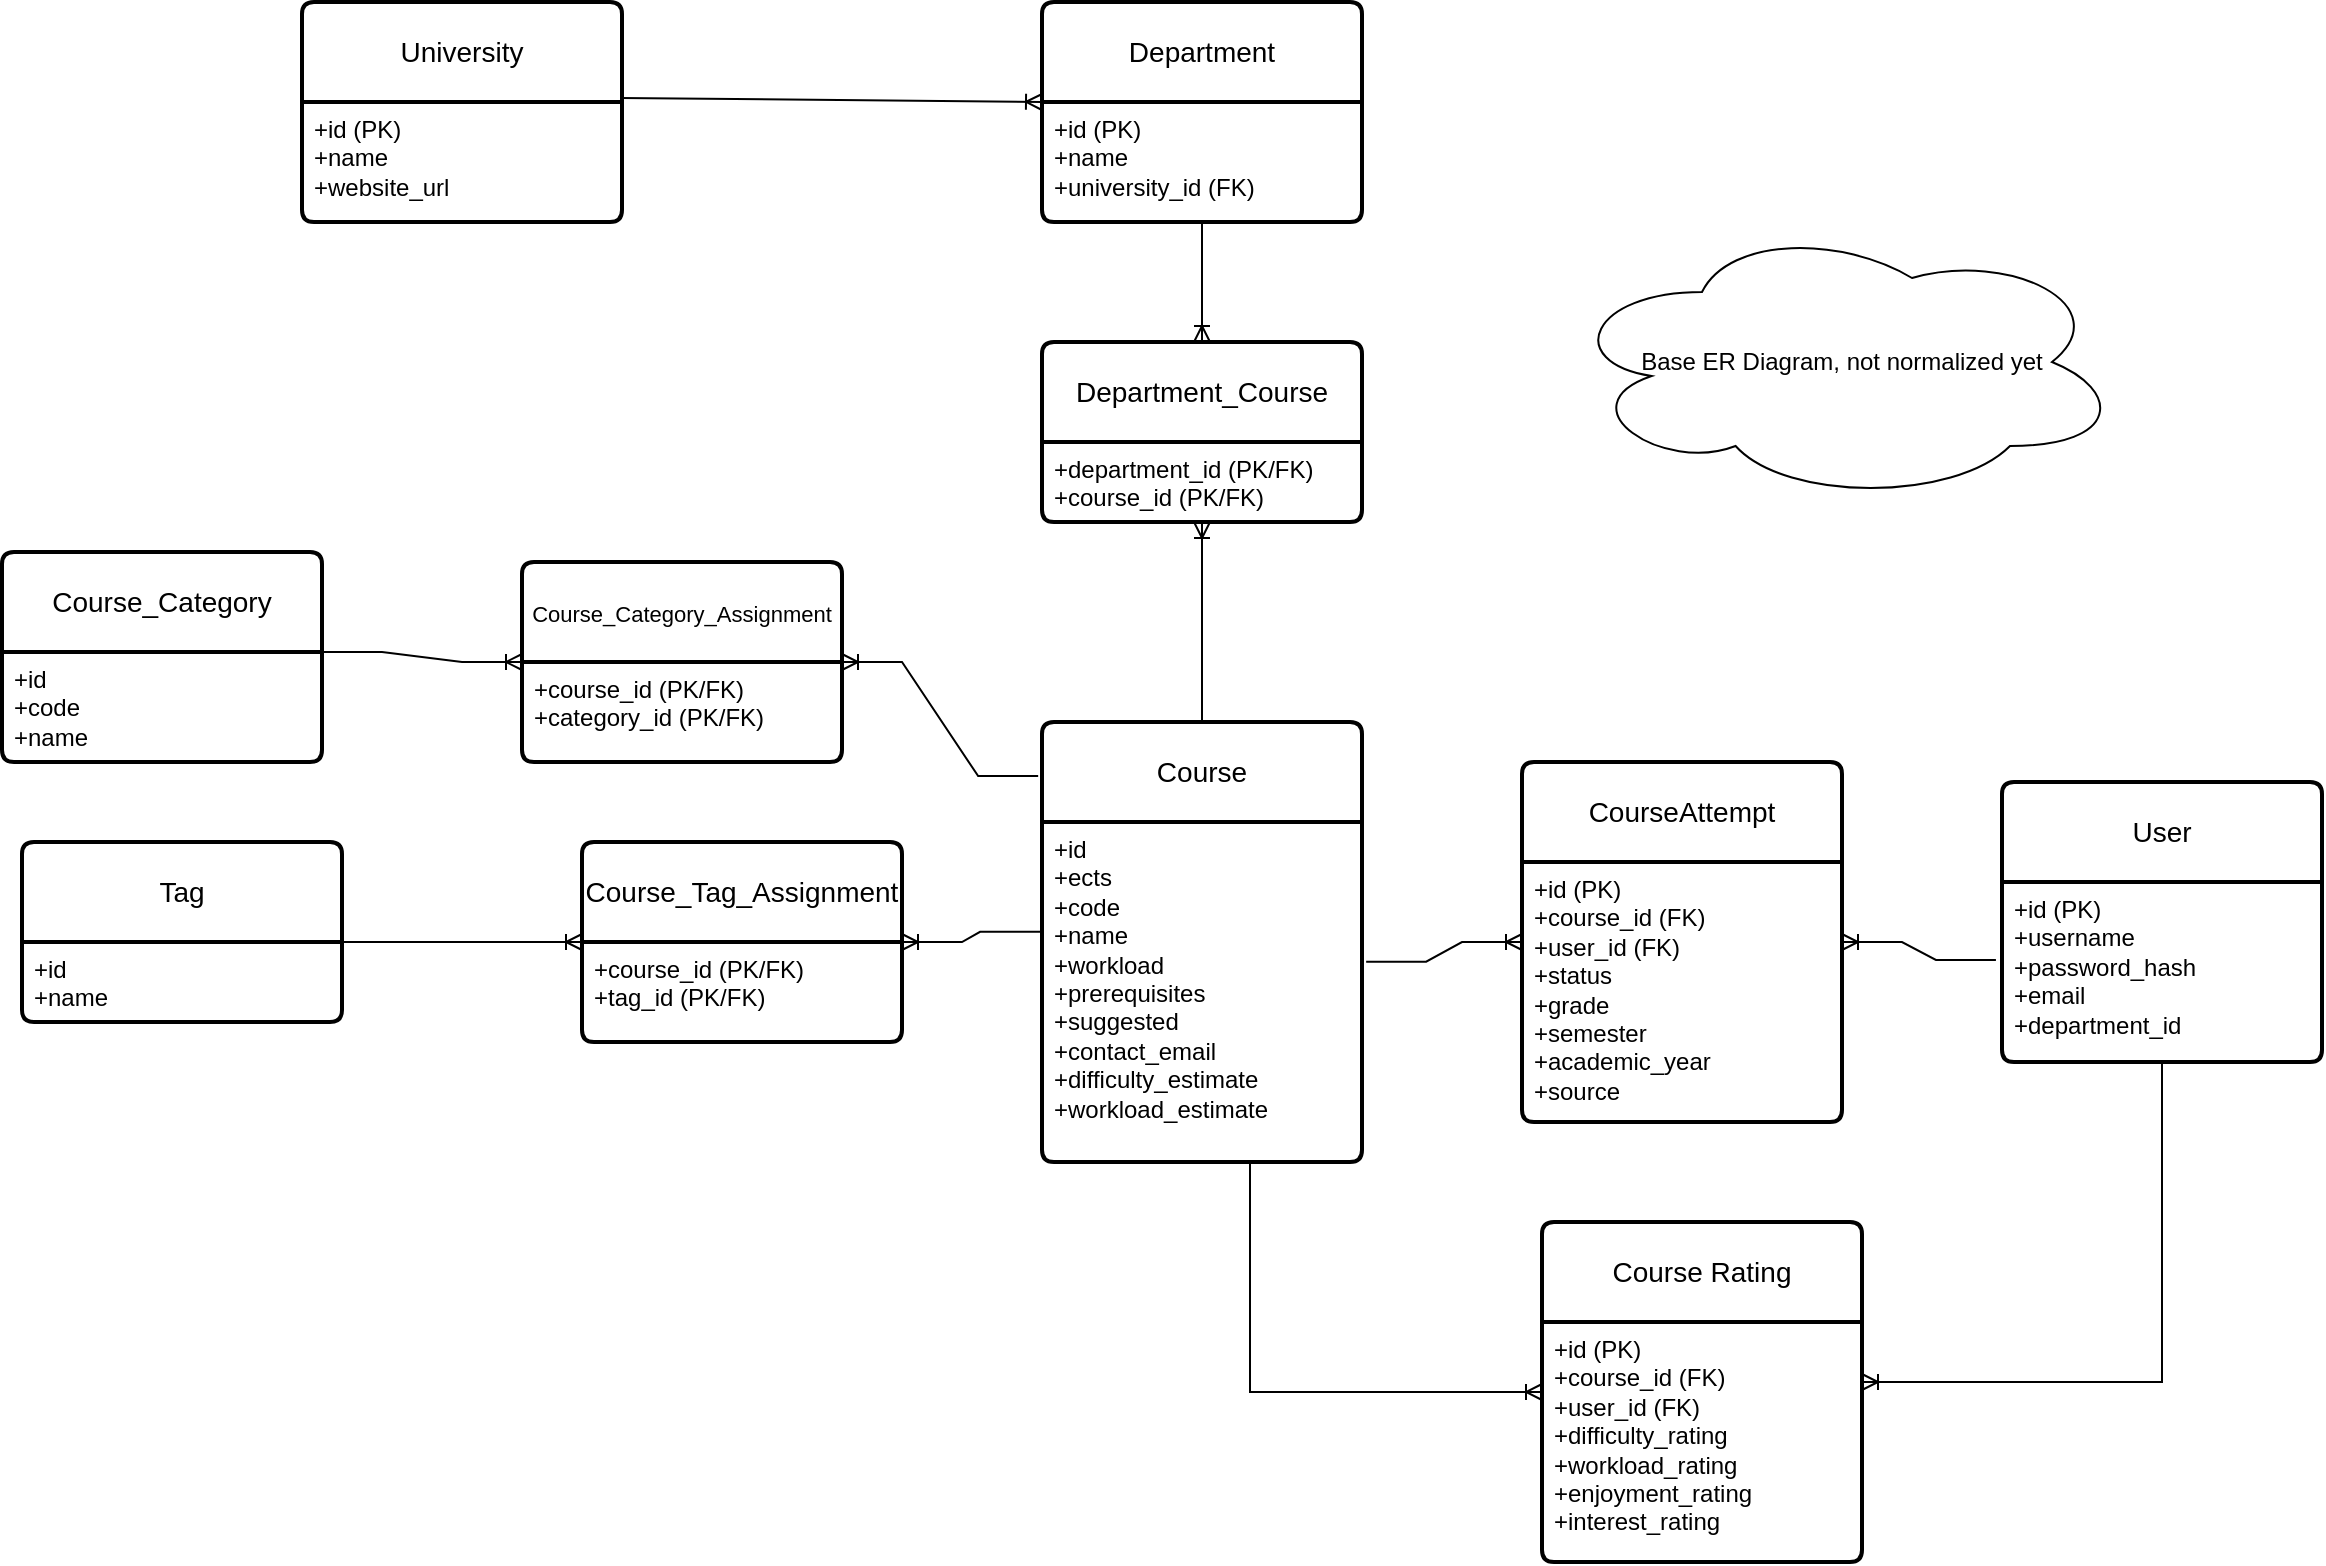
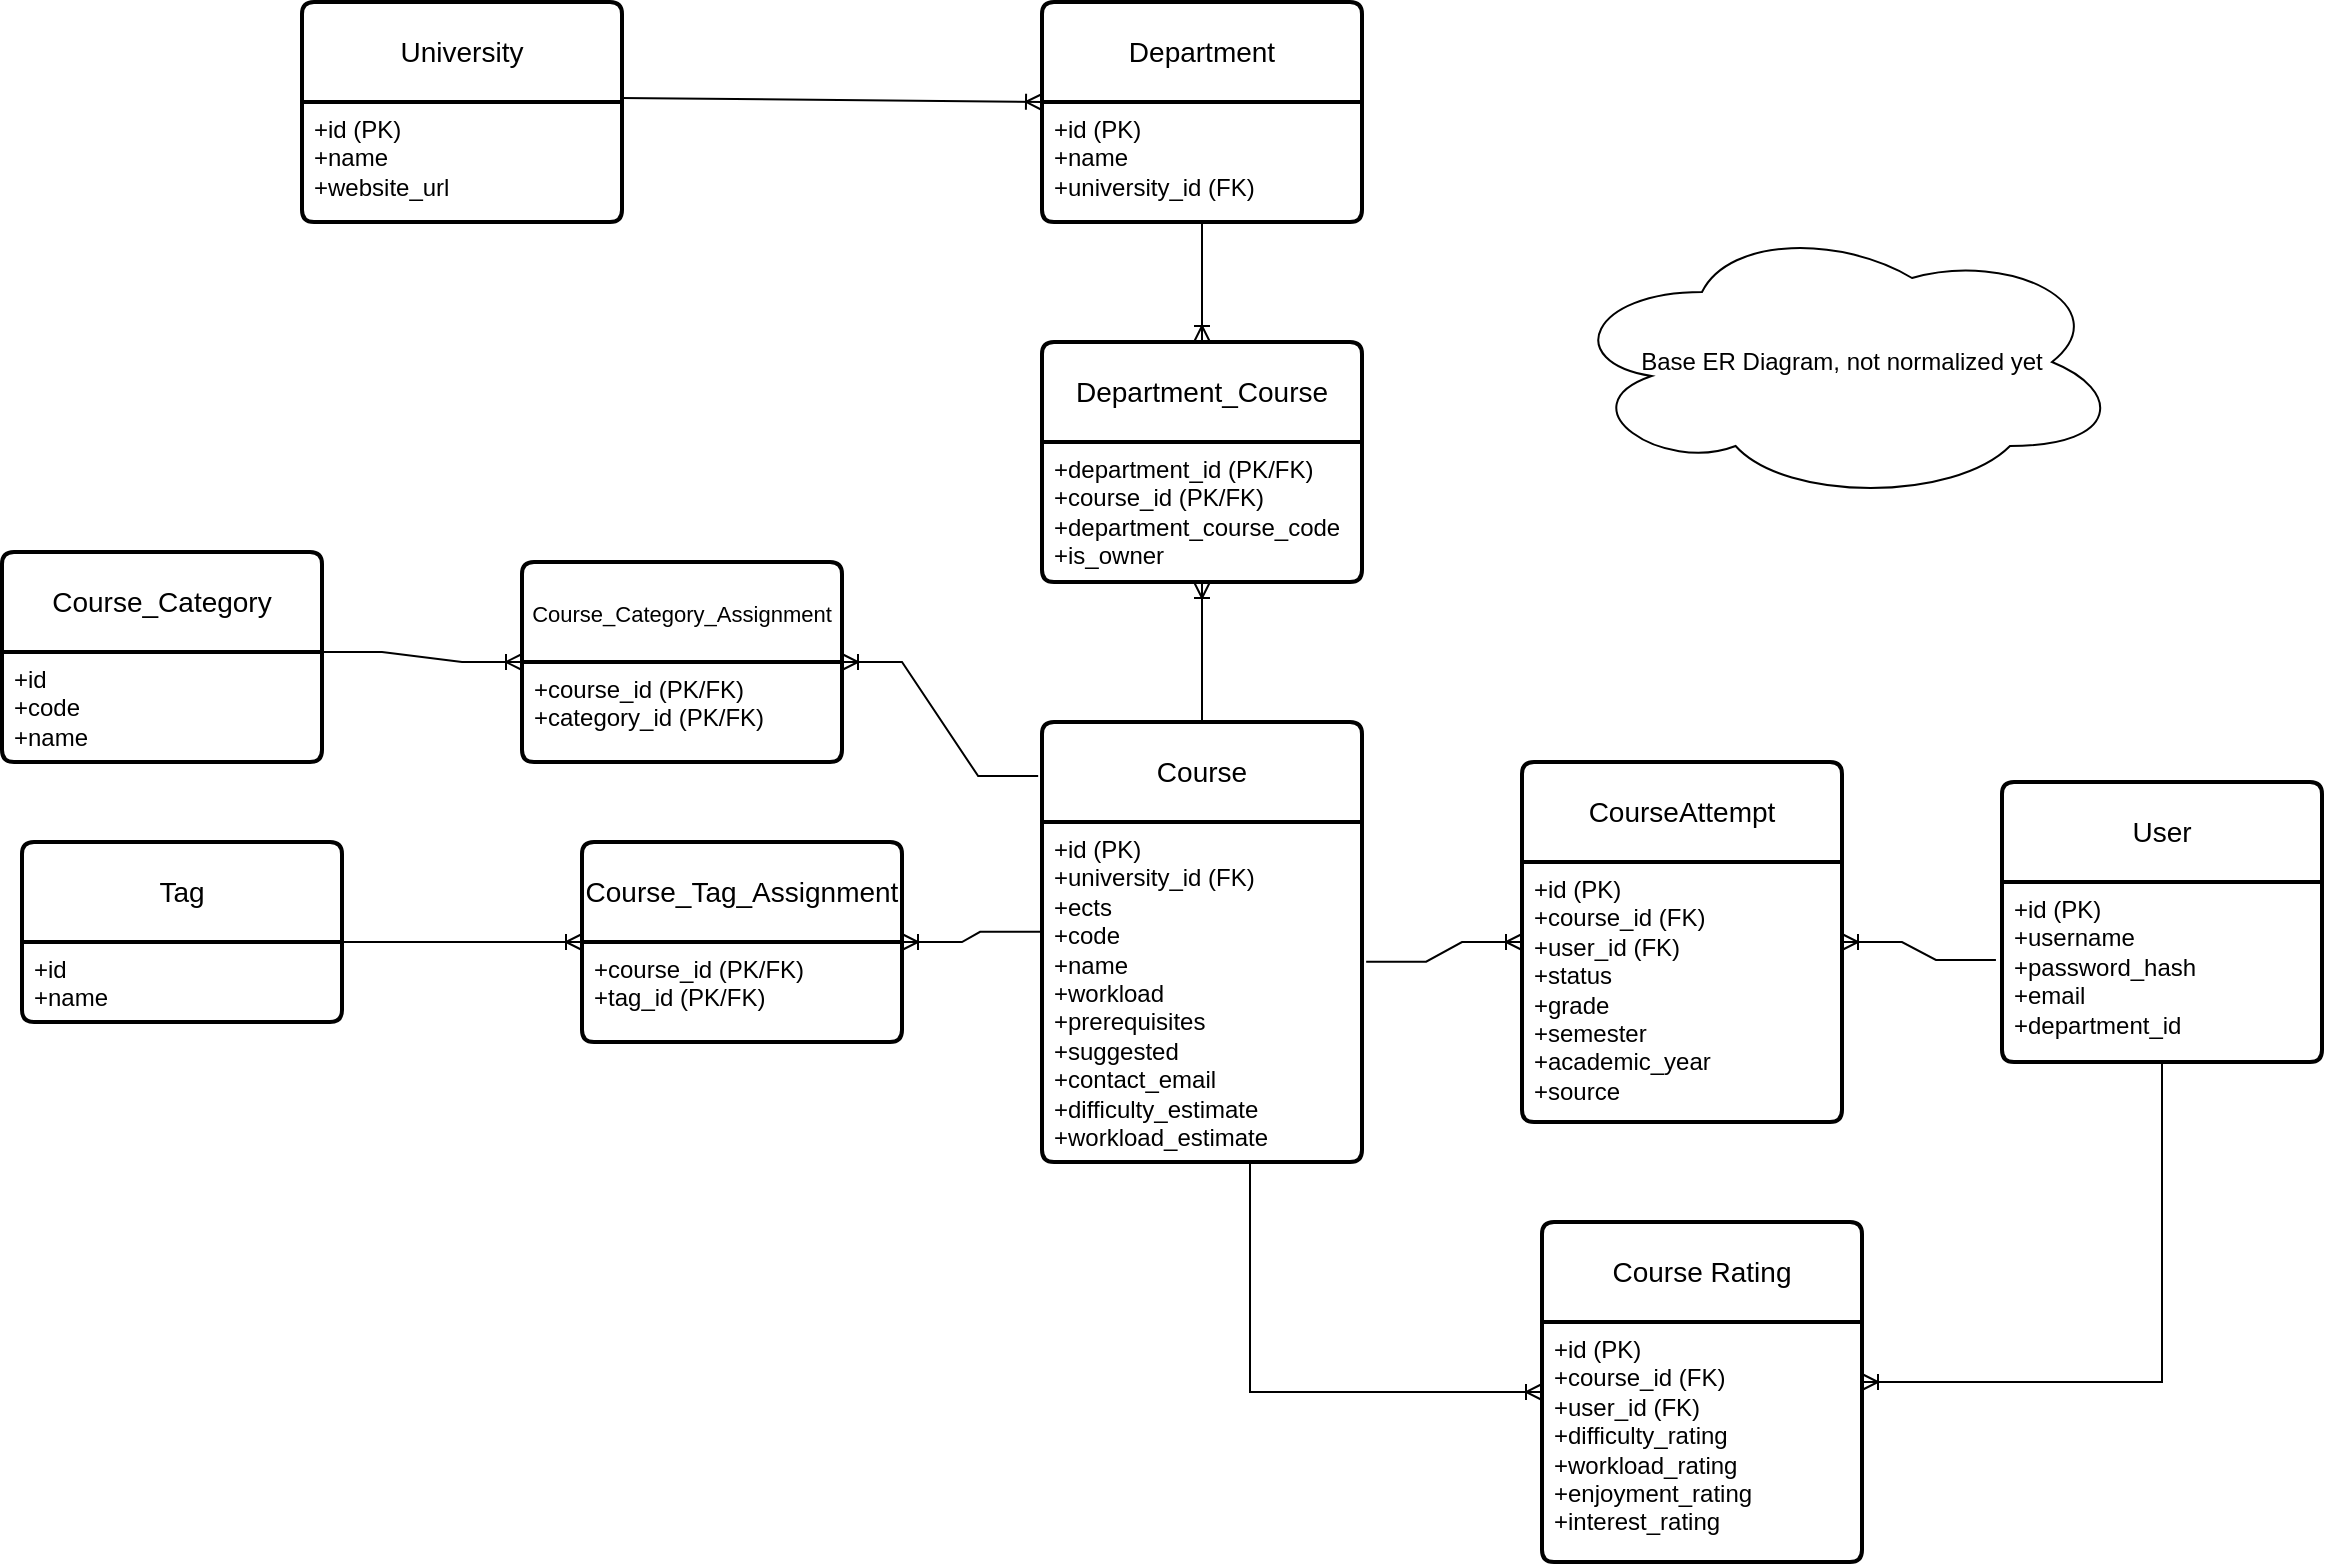
<mxfile host="Electron" agent="5.0 (Windows NT 10.0; Win64; x64) AppleWebKit/537.36 (KHTML, like Gecko) Chrome/90.0.4430.212 Safari/537.36">
  <diagram name="Page-1" id="9f46799a-70d6-7492-0946-bef42562c5a5">
-     <mxGraphModel dx="1276" dy="1658" grid="1" gridSize="10" guides="1" tooltips="1" connect="1" arrows="1" fold="1" page="1" pageScale="1" pageWidth="1100" pageHeight="850" background="none" math="0" shadow="0">
+     <mxGraphModel dx="1276" dy="1786" grid="1" gridSize="10" guides="1" tooltips="1" connect="1" arrows="1" fold="1" page="1" pageScale="1" pageWidth="1100" pageHeight="850" background="none" math="0" shadow="0">
      <root>
        <mxCell id="0" />
        <mxCell id="1" parent="0" />
        <mxCell id="MfBtu3gmphk7rpzaGqzh-1" parent="1" style="swimlane;childLayout=stackLayout;horizontal=1;startSize=50;horizontalStack=0;rounded=1;fontSize=14;fontStyle=0;strokeWidth=2;resizeParent=0;resizeLast=1;shadow=0;dashed=0;align=center;arcSize=4;whiteSpace=wrap;html=1;" value="Course" vertex="1">
          <mxGeometry height="220" width="160" x="550" y="100" as="geometry">
            <mxRectangle height="50" width="80" x="200" y="480" as="alternateBounds" />
          </mxGeometry>
        </mxCell>
-         <mxCell id="MfBtu3gmphk7rpzaGqzh-2" parent="MfBtu3gmphk7rpzaGqzh-1" style="align=left;strokeColor=none;fillColor=none;spacingLeft=4;spacingRight=4;fontSize=12;verticalAlign=top;resizable=0;rotatable=0;part=1;html=1;whiteSpace=wrap;" value="+id&lt;div&gt;&lt;div&gt;+ects&lt;/div&gt;&lt;div&gt;+code&lt;/div&gt;&lt;div&gt;+name&lt;/div&gt;&lt;div&gt;+workload&lt;/div&gt;&lt;div&gt;+prerequisites&lt;br&gt;+suggested&lt;/div&gt;&lt;div&gt;&lt;span style=&quot;background-color: transparent; color: light-dark(rgb(0, 0, 0), rgb(255, 255, 255));&quot;&gt;+contact_email&lt;/span&gt;&lt;/div&gt;&lt;/div&gt;&lt;div&gt;+difficulty_estimate&lt;/div&gt;&lt;div&gt;+workload_estimate&lt;/div&gt;" vertex="1">
+         <mxCell id="MfBtu3gmphk7rpzaGqzh-2" parent="MfBtu3gmphk7rpzaGqzh-1" style="align=left;strokeColor=none;fillColor=none;spacingLeft=4;spacingRight=4;fontSize=12;verticalAlign=top;resizable=0;rotatable=0;part=1;html=1;whiteSpace=wrap;" value="+id (PK)&lt;div&gt;+university_id (FK)&lt;br&gt;&lt;div&gt;&lt;div&gt;+ects&lt;/div&gt;&lt;div&gt;+code&lt;/div&gt;&lt;div&gt;+name&lt;/div&gt;&lt;div&gt;+workload&lt;/div&gt;&lt;div&gt;+prerequisites&lt;br&gt;+suggested&lt;/div&gt;&lt;div&gt;&lt;span style=&quot;background-color: transparent; color: light-dark(rgb(0, 0, 0), rgb(255, 255, 255));&quot;&gt;+contact_email&lt;/span&gt;&lt;/div&gt;&lt;/div&gt;&lt;div&gt;+difficulty_estimate&lt;/div&gt;&lt;div&gt;+workload_estimate&lt;/div&gt;&lt;/div&gt;" vertex="1">
          <mxGeometry height="170" width="160" y="50" as="geometry" />
        </mxCell>
        <mxCell id="MfBtu3gmphk7rpzaGqzh-3" parent="1" style="swimlane;childLayout=stackLayout;horizontal=1;startSize=50;horizontalStack=0;rounded=1;fontSize=14;fontStyle=0;strokeWidth=2;resizeParent=0;resizeLast=1;shadow=0;dashed=0;align=center;arcSize=4;whiteSpace=wrap;html=1;" value="User" vertex="1">
          <mxGeometry height="140" width="160" x="1030" y="130" as="geometry">
            <mxRectangle height="50" width="80" x="200" y="480" as="alternateBounds" />
          </mxGeometry>
        </mxCell>
        <mxCell id="MfBtu3gmphk7rpzaGqzh-4" parent="MfBtu3gmphk7rpzaGqzh-3" style="align=left;strokeColor=none;fillColor=none;spacingLeft=4;spacingRight=4;fontSize=12;verticalAlign=top;resizable=0;rotatable=0;part=1;html=1;whiteSpace=wrap;" value="+id (PK)&lt;div&gt;+username&lt;/div&gt;&lt;div&gt;+password_hash&lt;/div&gt;&lt;div&gt;+email&lt;/div&gt;&lt;div&gt;+department_id&lt;/div&gt;" vertex="1">
          <mxGeometry height="90" width="160" y="50" as="geometry" />
        </mxCell>
        <mxCell id="MfBtu3gmphk7rpzaGqzh-9" parent="1" style="swimlane;childLayout=stackLayout;horizontal=1;startSize=50;horizontalStack=0;rounded=1;fontSize=14;fontStyle=0;strokeWidth=2;resizeParent=0;resizeLast=1;shadow=0;dashed=0;align=center;arcSize=4;whiteSpace=wrap;html=1;" value="Tag" vertex="1">
          <mxGeometry height="90" width="160" x="40" y="160" as="geometry">
            <mxRectangle height="50" width="80" x="200" y="480" as="alternateBounds" />
          </mxGeometry>
        </mxCell>
        <mxCell id="MfBtu3gmphk7rpzaGqzh-10" parent="MfBtu3gmphk7rpzaGqzh-9" style="align=left;strokeColor=none;fillColor=none;spacingLeft=4;spacingRight=4;fontSize=12;verticalAlign=top;resizable=0;rotatable=0;part=1;html=1;whiteSpace=wrap;" value="+id&lt;div&gt;+name&lt;/div&gt;" vertex="1">
          <mxGeometry height="40" width="160" y="50" as="geometry" />
        </mxCell>
        <mxCell id="MfBtu3gmphk7rpzaGqzh-13" parent="1" style="swimlane;childLayout=stackLayout;horizontal=1;startSize=50;horizontalStack=0;rounded=1;fontSize=14;fontStyle=0;strokeWidth=2;resizeParent=0;resizeLast=1;shadow=0;dashed=0;align=center;arcSize=4;whiteSpace=wrap;html=1;" value="Course_Tag_Assignment" vertex="1">
          <mxGeometry height="100" width="160" x="320" y="160" as="geometry">
            <mxRectangle height="50" width="80" x="200" y="480" as="alternateBounds" />
          </mxGeometry>
        </mxCell>
        <mxCell id="MfBtu3gmphk7rpzaGqzh-14" parent="MfBtu3gmphk7rpzaGqzh-13" style="align=left;strokeColor=none;fillColor=none;spacingLeft=4;spacingRight=4;fontSize=12;verticalAlign=top;resizable=0;rotatable=0;part=1;html=1;whiteSpace=wrap;" value="+course_id (PK/FK)&lt;div&gt;+tag_id (PK/FK)&lt;/div&gt;" vertex="1">
          <mxGeometry height="50" width="160" y="50" as="geometry" />
        </mxCell>
        <mxCell id="MfBtu3gmphk7rpzaGqzh-17" edge="1" parent="1" source="MfBtu3gmphk7rpzaGqzh-10" style="edgeStyle=entityRelationEdgeStyle;fontSize=12;html=1;endArrow=ERoneToMany;rounded=0;exitX=1;exitY=0;exitDx=0;exitDy=0;entryX=0;entryY=0.5;entryDx=0;entryDy=0;" target="MfBtu3gmphk7rpzaGqzh-13" value="">
          <mxGeometry height="100" relative="1" width="100" as="geometry">
            <mxPoint x="330" y="270" as="sourcePoint" />
            <mxPoint x="430" y="170" as="targetPoint" />
          </mxGeometry>
        </mxCell>
        <mxCell id="MfBtu3gmphk7rpzaGqzh-19" edge="1" parent="1" source="MfBtu3gmphk7rpzaGqzh-2" style="edgeStyle=entityRelationEdgeStyle;fontSize=12;html=1;endArrow=ERoneToMany;rounded=0;entryX=1;entryY=0;entryDx=0;entryDy=0;exitX=-0.006;exitY=0.323;exitDx=0;exitDy=0;exitPerimeter=0;" target="MfBtu3gmphk7rpzaGqzh-14" value="">
          <mxGeometry height="100" relative="1" width="100" as="geometry">
            <mxPoint x="330" y="270" as="sourcePoint" />
            <mxPoint x="430" y="170" as="targetPoint" />
          </mxGeometry>
        </mxCell>
        <mxCell id="MfBtu3gmphk7rpzaGqzh-21" parent="1" style="ellipse;shape=cloud;whiteSpace=wrap;html=1;" value="Base ER Diagram, not normalized yet" vertex="1">
          <mxGeometry height="140" width="280" x="810" y="-150" as="geometry" />
        </mxCell>
        <mxCell id="MfBtu3gmphk7rpzaGqzh-24" parent="1" style="swimlane;childLayout=stackLayout;horizontal=1;startSize=50;horizontalStack=0;rounded=1;fontSize=14;fontStyle=0;strokeWidth=2;resizeParent=0;resizeLast=1;shadow=0;dashed=0;align=center;arcSize=4;whiteSpace=wrap;html=1;" value="&lt;p class=&quot;p1&quot;&gt;CourseAttempt&lt;/p&gt;" vertex="1">
          <mxGeometry height="180" width="160" x="790" y="120" as="geometry">
            <mxRectangle height="50" width="80" x="200" y="480" as="alternateBounds" />
          </mxGeometry>
        </mxCell>
        <mxCell id="MfBtu3gmphk7rpzaGqzh-25" parent="MfBtu3gmphk7rpzaGqzh-24" style="align=left;strokeColor=none;fillColor=none;spacingLeft=4;spacingRight=4;fontSize=12;verticalAlign=top;resizable=0;rotatable=0;part=1;html=1;whiteSpace=wrap;" value="&lt;div&gt;+id (PK)&lt;/div&gt;+course_id (FK)&lt;div&gt;+user_id (FK)&lt;/div&gt;&lt;div&gt;+status&lt;/div&gt;&lt;div&gt;+grade&lt;/div&gt;&lt;div&gt;+semester&lt;/div&gt;&lt;div&gt;+academic_year&lt;/div&gt;&lt;div&gt;+source&lt;/div&gt;" vertex="1">
          <mxGeometry height="130" width="160" y="50" as="geometry" />
        </mxCell>
        <mxCell id="MfBtu3gmphk7rpzaGqzh-26" edge="1" parent="1" source="MfBtu3gmphk7rpzaGqzh-4" style="edgeStyle=entityRelationEdgeStyle;fontSize=12;html=1;endArrow=ERoneToMany;rounded=0;exitX=-0.019;exitY=0.433;exitDx=0;exitDy=0;entryX=1;entryY=0.5;entryDx=0;entryDy=0;exitPerimeter=0;" target="MfBtu3gmphk7rpzaGqzh-24" value="">
          <mxGeometry height="100" relative="1" width="100" as="geometry">
            <mxPoint x="920" y="310" as="sourcePoint" />
            <mxPoint x="1040" y="310" as="targetPoint" />
          </mxGeometry>
        </mxCell>
        <mxCell id="MfBtu3gmphk7rpzaGqzh-27" edge="1" parent="1" source="MfBtu3gmphk7rpzaGqzh-2" style="edgeStyle=entityRelationEdgeStyle;fontSize=12;html=1;endArrow=ERoneToMany;rounded=0;exitX=1.013;exitY=0.411;exitDx=0;exitDy=0;exitPerimeter=0;entryX=0;entryY=0.5;entryDx=0;entryDy=0;" target="MfBtu3gmphk7rpzaGqzh-24" value="">
          <mxGeometry height="100" relative="1" width="100" as="geometry">
            <mxPoint x="887" y="330" as="sourcePoint" />
            <mxPoint x="780" y="271" as="targetPoint" />
          </mxGeometry>
        </mxCell>
        <mxCell id="MfBtu3gmphk7rpzaGqzh-28" parent="1" style="swimlane;childLayout=stackLayout;horizontal=1;startSize=50;horizontalStack=0;rounded=1;fontSize=14;fontStyle=0;strokeWidth=2;resizeParent=0;resizeLast=1;shadow=0;dashed=0;align=center;arcSize=4;whiteSpace=wrap;html=1;" value="&lt;p class=&quot;p1&quot;&gt;Course Rating&lt;/p&gt;" vertex="1">
          <mxGeometry height="170" width="160" x="800" y="350" as="geometry">
            <mxRectangle height="50" width="80" x="200" y="480" as="alternateBounds" />
          </mxGeometry>
        </mxCell>
        <mxCell id="MfBtu3gmphk7rpzaGqzh-29" parent="MfBtu3gmphk7rpzaGqzh-28" style="align=left;strokeColor=none;fillColor=none;spacingLeft=4;spacingRight=4;fontSize=12;verticalAlign=top;resizable=0;rotatable=0;part=1;html=1;whiteSpace=wrap;" value="&lt;div&gt;+id (PK)&lt;/div&gt;+course_id (FK)&lt;div&gt;+user_id (FK)&lt;/div&gt;&lt;div&gt;+difficulty_rating&lt;/div&gt;&lt;div&gt;+workload_rating&lt;/div&gt;&lt;div&gt;+enjoyment_rating&lt;/div&gt;&lt;div&gt;+interest_rating&lt;/div&gt;" vertex="1">
          <mxGeometry height="120" width="160" y="50" as="geometry" />
        </mxCell>
        <mxCell id="MfBtu3gmphk7rpzaGqzh-30" edge="1" parent="1" source="MfBtu3gmphk7rpzaGqzh-2" style="fontSize=12;html=1;endArrow=ERoneToMany;rounded=0;exitX=0.65;exitY=1.005;exitDx=0;exitDy=0;exitPerimeter=0;entryX=0;entryY=0.5;entryDx=0;entryDy=0;edgeStyle=orthogonalEdgeStyle;" target="MfBtu3gmphk7rpzaGqzh-28" value="">
          <mxGeometry height="100" relative="1" width="100" as="geometry">
            <mxPoint x="610" y="400" as="sourcePoint" />
            <mxPoint x="678" y="402" as="targetPoint" />
          </mxGeometry>
        </mxCell>
        <mxCell id="MfBtu3gmphk7rpzaGqzh-31" edge="1" parent="1" source="MfBtu3gmphk7rpzaGqzh-4" style="edgeStyle=orthogonalEdgeStyle;fontSize=12;html=1;endArrow=ERoneToMany;rounded=0;exitX=0.5;exitY=1;exitDx=0;exitDy=0;entryX=1;entryY=0.25;entryDx=0;entryDy=0;" target="MfBtu3gmphk7rpzaGqzh-29" value="">
          <mxGeometry height="100" relative="1" width="100" as="geometry">
            <mxPoint x="1117" y="390" as="sourcePoint" />
            <mxPoint x="1010" y="391" as="targetPoint" />
          </mxGeometry>
        </mxCell>
        <mxCell id="MfBtu3gmphk7rpzaGqzh-32" parent="1" style="swimlane;childLayout=stackLayout;horizontal=1;startSize=50;horizontalStack=0;rounded=1;fontSize=14;fontStyle=0;strokeWidth=2;resizeParent=0;resizeLast=1;shadow=0;dashed=0;align=center;arcSize=4;whiteSpace=wrap;html=1;" value="Department" vertex="1">
          <mxGeometry height="110" width="160" x="550" y="-260" as="geometry">
            <mxRectangle height="50" width="80" x="200" y="480" as="alternateBounds" />
          </mxGeometry>
        </mxCell>
        <mxCell id="MfBtu3gmphk7rpzaGqzh-33" parent="MfBtu3gmphk7rpzaGqzh-32" style="align=left;strokeColor=none;fillColor=none;spacingLeft=4;spacingRight=4;fontSize=12;verticalAlign=top;resizable=0;rotatable=0;part=1;html=1;whiteSpace=wrap;" value="+id (PK)&lt;div&gt;+name&lt;/div&gt;&lt;div&gt;+university_id (FK)&lt;/div&gt;" vertex="1">
          <mxGeometry height="60" width="160" y="50" as="geometry" />
        </mxCell>
        <mxCell id="MfBtu3gmphk7rpzaGqzh-34" parent="1" style="swimlane;childLayout=stackLayout;horizontal=1;startSize=50;horizontalStack=0;rounded=1;fontSize=14;fontStyle=0;strokeWidth=2;resizeParent=0;resizeLast=1;shadow=0;dashed=0;align=center;arcSize=4;whiteSpace=wrap;html=1;" value="Department_Course" vertex="1">
-           <mxGeometry height="90" width="160" x="550" y="-90" as="geometry">
+           <mxGeometry height="120" width="160" x="550" y="-90" as="geometry">
            <mxRectangle height="50" width="80" x="200" y="480" as="alternateBounds" />
          </mxGeometry>
        </mxCell>
-         <mxCell id="MfBtu3gmphk7rpzaGqzh-35" parent="MfBtu3gmphk7rpzaGqzh-34" style="align=left;strokeColor=none;fillColor=none;spacingLeft=4;spacingRight=4;fontSize=12;verticalAlign=top;resizable=0;rotatable=0;part=1;html=1;whiteSpace=wrap;" value="&lt;div&gt;+department_id (PK/FK)&lt;/div&gt;&lt;div&gt;+course_id (PK/FK)&lt;/div&gt;" vertex="1">
-           <mxGeometry height="40" width="160" y="50" as="geometry" />
+         <mxCell id="MfBtu3gmphk7rpzaGqzh-35" parent="MfBtu3gmphk7rpzaGqzh-34" style="align=left;strokeColor=none;fillColor=none;spacingLeft=4;spacingRight=4;fontSize=12;verticalAlign=top;resizable=0;rotatable=0;part=1;html=1;whiteSpace=wrap;" value="&lt;div&gt;+department_id (PK/FK)&lt;/div&gt;&lt;div&gt;+course_id (PK/FK)&lt;/div&gt;&lt;div&gt;+department_course_code&lt;/div&gt;&lt;div&gt;+is_owner&lt;/div&gt;" vertex="1">
+           <mxGeometry height="70" width="160" y="50" as="geometry" />
        </mxCell>
        <mxCell id="MfBtu3gmphk7rpzaGqzh-36" edge="1" parent="1" source="MfBtu3gmphk7rpzaGqzh-33" style="fontSize=12;html=1;endArrow=ERoneToMany;rounded=0;entryX=0.5;entryY=0;entryDx=0;entryDy=0;exitX=0.5;exitY=1;exitDx=0;exitDy=0;" target="MfBtu3gmphk7rpzaGqzh-34" value="">
          <mxGeometry height="100" relative="1" width="100" as="geometry">
            <mxPoint x="509" y="-79" as="sourcePoint" />
            <mxPoint x="440" y="-80" as="targetPoint" />
          </mxGeometry>
        </mxCell>
        <mxCell id="MfBtu3gmphk7rpzaGqzh-37" edge="1" parent="1" source="MfBtu3gmphk7rpzaGqzh-1" style="fontSize=12;html=1;endArrow=ERoneToMany;rounded=0;entryX=0.5;entryY=1;entryDx=0;entryDy=0;exitX=0.5;exitY=0;exitDx=0;exitDy=0;" target="MfBtu3gmphk7rpzaGqzh-35" value="">
          <mxGeometry height="100" relative="1" width="100" as="geometry">
            <mxPoint x="470" y="20" as="sourcePoint" />
            <mxPoint x="470" y="80" as="targetPoint" />
          </mxGeometry>
        </mxCell>
        <mxCell id="MfBtu3gmphk7rpzaGqzh-38" parent="1" style="swimlane;childLayout=stackLayout;horizontal=1;startSize=50;horizontalStack=0;rounded=1;fontSize=14;fontStyle=0;strokeWidth=2;resizeParent=0;resizeLast=1;shadow=0;dashed=0;align=center;arcSize=4;whiteSpace=wrap;html=1;" value="University" vertex="1">
          <mxGeometry height="110" width="160" x="180" y="-260" as="geometry">
            <mxRectangle height="50" width="80" x="200" y="480" as="alternateBounds" />
          </mxGeometry>
        </mxCell>
        <mxCell id="MfBtu3gmphk7rpzaGqzh-39" parent="MfBtu3gmphk7rpzaGqzh-38" style="align=left;strokeColor=none;fillColor=none;spacingLeft=4;spacingRight=4;fontSize=12;verticalAlign=top;resizable=0;rotatable=0;part=1;html=1;whiteSpace=wrap;" value="+id (PK)&lt;div&gt;+name&lt;/div&gt;&lt;div&gt;+website_url&lt;/div&gt;" vertex="1">
          <mxGeometry height="60" width="160" y="50" as="geometry" />
        </mxCell>
        <mxCell id="MfBtu3gmphk7rpzaGqzh-41" edge="1" parent="1" source="MfBtu3gmphk7rpzaGqzh-38" style="fontSize=12;html=1;endArrow=ERoneToMany;rounded=0;entryX=0;entryY=0;entryDx=0;entryDy=0;exitX=0.994;exitY=0.436;exitDx=0;exitDy=0;exitPerimeter=0;" target="MfBtu3gmphk7rpzaGqzh-33" value="">
          <mxGeometry height="100" relative="1" width="100" as="geometry">
            <mxPoint x="420" y="-300" as="sourcePoint" />
            <mxPoint x="420" y="-240" as="targetPoint" />
          </mxGeometry>
        </mxCell>
        <mxCell id="MfBtu3gmphk7rpzaGqzh-43" parent="1" style="swimlane;childLayout=stackLayout;horizontal=1;startSize=50;horizontalStack=0;rounded=1;fontSize=14;fontStyle=0;strokeWidth=2;resizeParent=0;resizeLast=1;shadow=0;dashed=0;align=center;arcSize=4;whiteSpace=wrap;html=1;" value="Course_Category" vertex="1">
          <mxGeometry height="105" width="160" x="30" y="15" as="geometry">
            <mxRectangle height="50" width="80" x="200" y="480" as="alternateBounds" />
          </mxGeometry>
        </mxCell>
        <mxCell id="MfBtu3gmphk7rpzaGqzh-44" parent="MfBtu3gmphk7rpzaGqzh-43" style="align=left;strokeColor=none;fillColor=none;spacingLeft=4;spacingRight=4;fontSize=12;verticalAlign=top;resizable=0;rotatable=0;part=1;html=1;whiteSpace=wrap;" value="+id&lt;div&gt;&lt;div&gt;+code&lt;/div&gt;&lt;div&gt;+name&lt;/div&gt;&lt;div&gt;&lt;br&gt;&lt;/div&gt;&lt;/div&gt;" vertex="1">
          <mxGeometry height="55" width="160" y="50" as="geometry" />
        </mxCell>
        <mxCell id="MfBtu3gmphk7rpzaGqzh-49" parent="1" style="swimlane;childLayout=stackLayout;horizontal=1;startSize=50;horizontalStack=0;rounded=1;fontSize=14;fontStyle=0;strokeWidth=2;resizeParent=0;resizeLast=1;shadow=0;dashed=0;align=center;arcSize=4;whiteSpace=wrap;html=1;" value="&lt;font style=&quot;font-size: 11px;&quot;&gt;Course_Category_Assignment&lt;/font&gt;" vertex="1">
          <mxGeometry height="100" width="160" x="290" y="20" as="geometry">
            <mxRectangle height="50" width="80" x="200" y="480" as="alternateBounds" />
          </mxGeometry>
        </mxCell>
        <mxCell id="MfBtu3gmphk7rpzaGqzh-50" parent="MfBtu3gmphk7rpzaGqzh-49" style="align=left;strokeColor=none;fillColor=none;spacingLeft=4;spacingRight=4;fontSize=12;verticalAlign=top;resizable=0;rotatable=0;part=1;html=1;whiteSpace=wrap;" value="+course_id (PK/FK)&lt;div&gt;+category_id (PK/FK)&lt;/div&gt;" vertex="1">
          <mxGeometry height="50" width="160" y="50" as="geometry" />
        </mxCell>
        <mxCell id="MfBtu3gmphk7rpzaGqzh-52" edge="1" parent="1" source="MfBtu3gmphk7rpzaGqzh-44" style="edgeStyle=entityRelationEdgeStyle;fontSize=12;html=1;endArrow=ERoneToMany;rounded=0;exitX=1;exitY=0;exitDx=0;exitDy=0;entryX=0;entryY=0.5;entryDx=0;entryDy=0;" target="MfBtu3gmphk7rpzaGqzh-49" value="">
          <mxGeometry height="100" relative="1" width="100" as="geometry">
            <mxPoint x="200" y="69.5" as="sourcePoint" />
            <mxPoint x="320" y="69.5" as="targetPoint" />
          </mxGeometry>
        </mxCell>
        <mxCell id="MfBtu3gmphk7rpzaGqzh-53" edge="1" parent="1" source="MfBtu3gmphk7rpzaGqzh-1" style="edgeStyle=entityRelationEdgeStyle;fontSize=12;html=1;endArrow=ERoneToMany;rounded=0;exitX=-0.012;exitY=0.123;exitDx=0;exitDy=0;entryX=1;entryY=0;entryDx=0;entryDy=0;exitPerimeter=0;" target="MfBtu3gmphk7rpzaGqzh-50" value="">
          <mxGeometry height="100" relative="1" width="100" as="geometry">
            <mxPoint x="500" y="50" as="sourcePoint" />
            <mxPoint x="600" y="55" as="targetPoint" />
          </mxGeometry>
        </mxCell>
      </root>
    </mxGraphModel>
  </diagram>
</mxfile>
